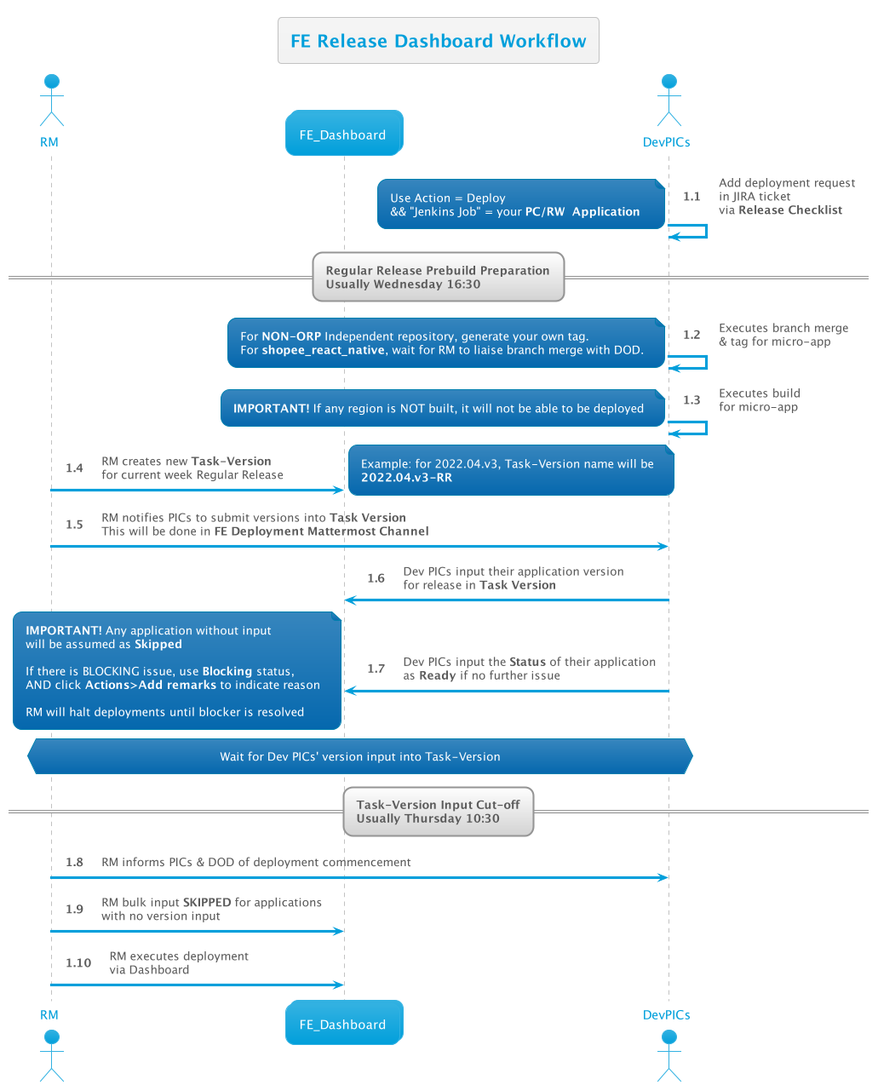
Earlier version of the PlantUML export out/FE Release Dashboard/Workflow/1/1.png (thetomitomo/diagrams). Source of this version:
```plantuml
@startuml

title FE Release Dashboard Workflow

!include __init__


DevPICs -> DevPICs : Add deployment request\nin JIRA ticket\nvia <b>Release Checklist</b>
note left
    Use Action = Deploy
    && "Jenkins Job" = your <b>PC/RW  Application </b>
end note

== Regular Release Prebuild Preparation\nUsually Wednesday 16:30  ==

DevPICs -> DevPICs : Executes branch merge\n& tag for micro-app
note left
    For <b>NON-ORP</b> Independent repository, generate your own tag.
    For <b>shopee_react_native</b>, wait for RM to liaise branch merge with DOD.
end note

DevPICs -> DevPICs : Executes build\nfor micro-app
note left
    <b>IMPORTANT!</b> If any region is NOT built, it will not be able to be deployed
end note

RM -> Dash : RM creates new <b>Task-Version</b>\nfor current week Regular Release
note right
    Example: for 2022.04.v3, Task-Version name will be
    <b>2022.04.v3-RR</b>
end note

RM -> DevPICs : RM notifies PICs to submit versions into <b>Task Version</b>\nThis will be done in <b>FE Deployment Mattermost Channel</b>

DevPICs -> Dash : Dev PICs input their application version\nfor release in <b>Task Version</b>
DevPICs -> Dash : Dev PICs input the <b>Status</b> of their application\nas <b>Ready</b> if no further issue
note left
    <b>IMPORTANT!</b> Any application without input
    will be assumed as <b>Skipped</b>

    If there is BLOCKING issue, use <b>Blocking</b> status,
    AND click <b>Actions>Add remarks</b> to indicate reason

    RM will halt deployments until blocker is resolved
end note

hnote over RM,DevPICs: Wait for Dev PICs' version input into Task-Version

== Task-Version Input Cut-off\nUsually Thursday 10:30  ==

RM -> DevPICs : RM informs PICs & DOD of deployment commencement
RM -> Dash : RM bulk input <b>SKIPPED</b> for applications\nwith no version input
RM -> Dash : RM executes deployment\nvia Dashboard

@enduml
```
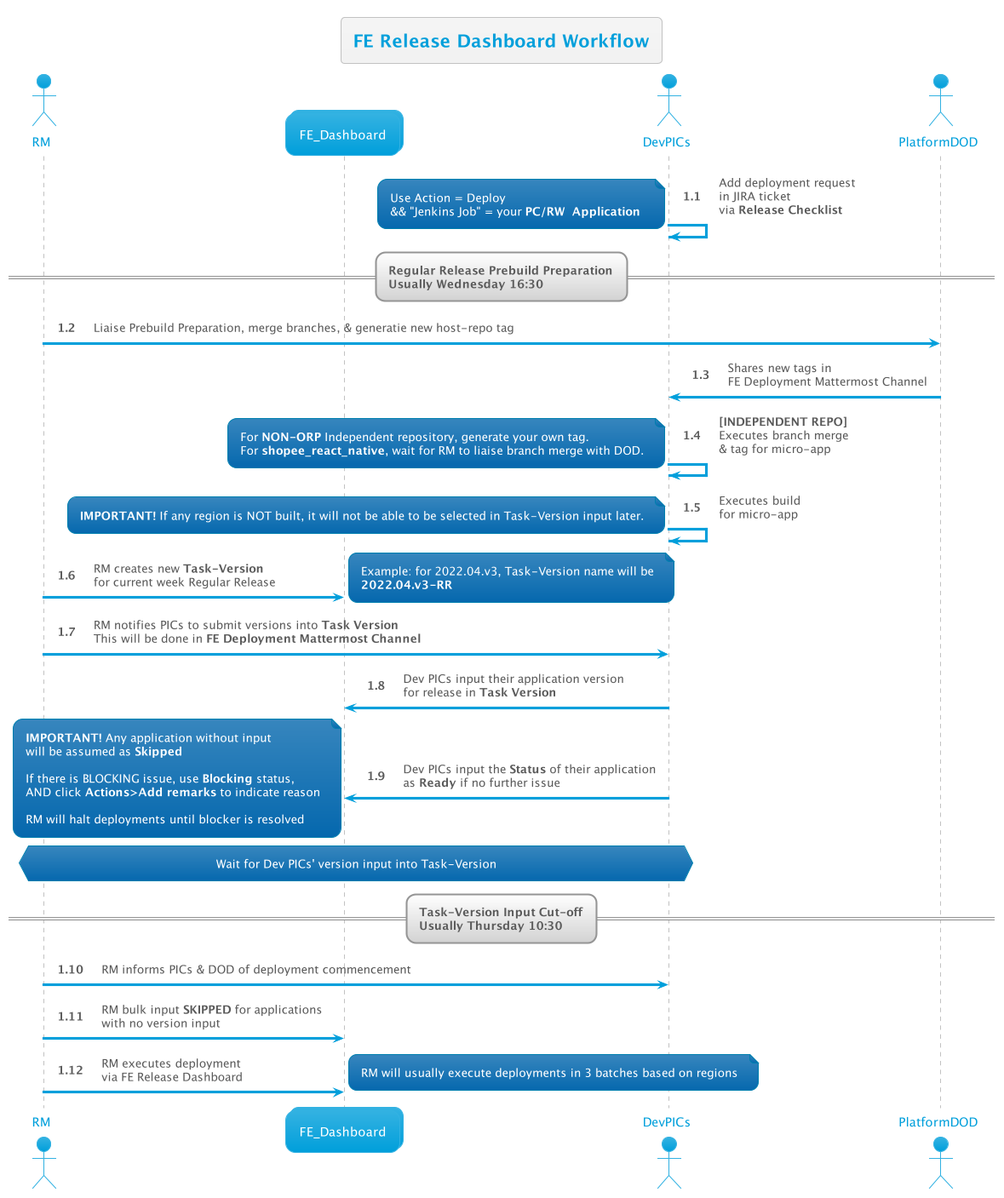
Later version of the same file.

What changed in the source:
```diff
@@ -13,7 +13,10 @@
 
 == Regular Release Prebuild Preparation\nUsually Wednesday 16:30  ==
 
-DevPICs -> DevPICs : Executes branch merge\n& tag for micro-app
+RM -> PlatformDOD : Liaise Prebuild Preparation, merge branches, & generatie new host-repo tag
+PlatformDOD->DevPICs : Shares new tags in\nFE Deployment Mattermost Channel
+
+DevPICs -> DevPICs : <b>[INDEPENDENT REPO]</b>\nExecutes branch merge\n& tag for micro-app
 note left
     For <b>NON-ORP</b> Independent repository, generate your own tag.
     For <b>shopee_react_native</b>, wait for RM to liaise branch merge with DOD.
@@ -21,7 +24,7 @@
 
 DevPICs -> DevPICs : Executes build\nfor micro-app
 note left
-    <b>IMPORTANT!</b> If any region is NOT built, it will not be able to be deployed
+    <b>IMPORTANT!</b> If any region is NOT built, it will not be able to be selected in Task-Version input later.
 end note
 
 RM -> Dash : RM creates new <b>Task-Version</b>\nfor current week Regular Release
@@ -50,6 +53,9 @@
 
 RM -> DevPICs : RM informs PICs & DOD of deployment commencement
 RM -> Dash : RM bulk input <b>SKIPPED</b> for applications\nwith no version input
-RM -> Dash : RM executes deployment\nvia Dashboard
+RM -> Dash : RM executes deployment\nvia FE Release Dashboard
+note right
+    RM will usually execute deployments in 3 batches based on regions
+end note
 
 @enduml
```
